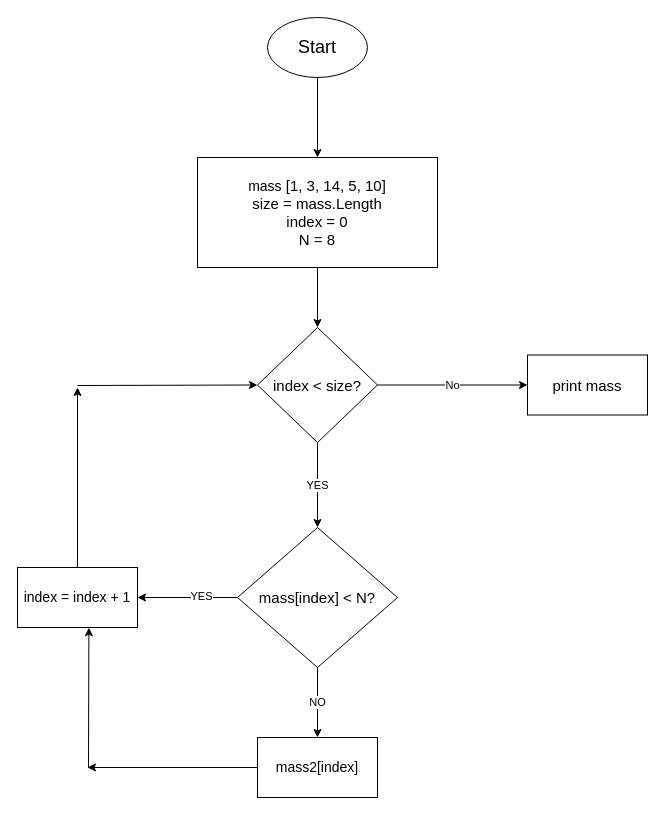
Above: MyHomeWork/Other/.drawio in Elizaveta5505/HomeWork (draw.io), before the change. Source tidied: cells renumbered, new cells numbered last; positions are measured from the earlier drawing's top-left corner, leaving out a move shared by most shapes. Both pictures are drawn from the tidied source at 100%, with x=0, y=0 at pixel (17, 17).
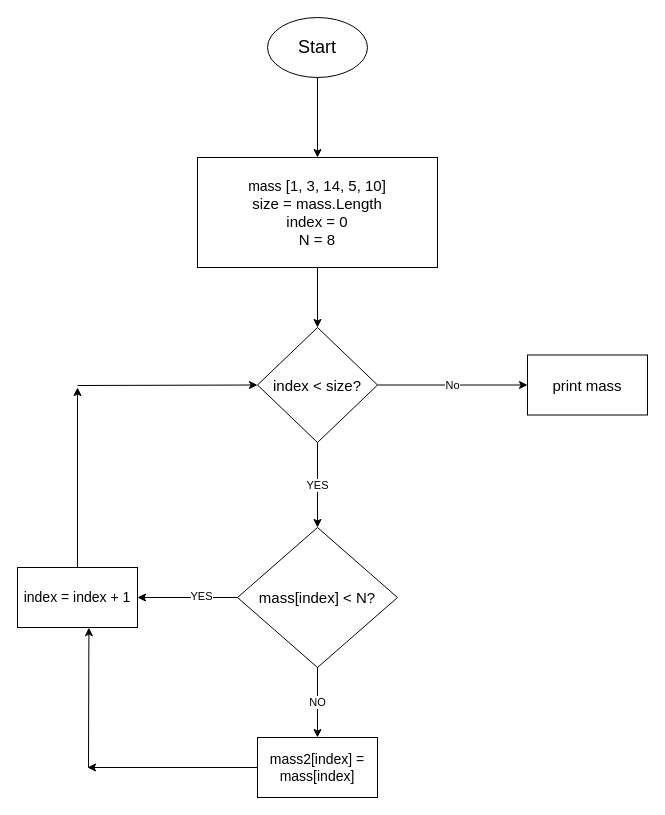
After the change.

What changed in the source:
```diff
@@
-    <mxCell id="14" value="&lt;font style=&quot;font-size: 14px&quot;&gt;mass2[index]&lt;/font&gt;" style="whiteSpace=wrap;html=1;" parent="1" vertex="1">
+    <mxCell id="14" value="&lt;font style=&quot;font-size: 14px&quot;&gt;mass2[index] = mass[index]&lt;/font&gt;" style="whiteSpace=wrap;html=1;" parent="1" vertex="1">
       <mxGeometry x="240" y="720" width="120" height="60" as="geometry" />
     </mxCell>
```
